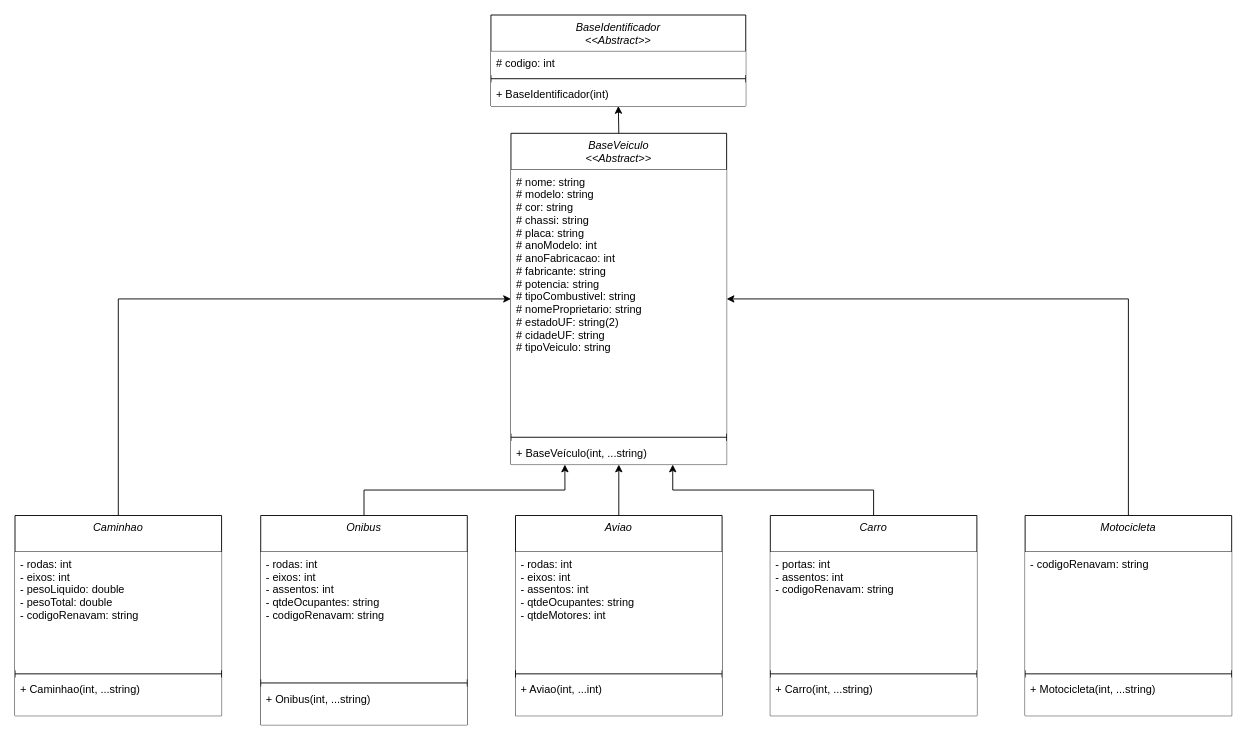
Above: ATIVIDADE05.drawio in LipeCoelho21/atividade-05 (draw.io), before the change. Source tidied: cells renumbered, new cells numbered last; positions are measured from the earlier drawing's top-left corner, leaving out a move shared by most shapes. Both pictures are drawn from the tidied source at 91%, with x=0, y=0 at pixel (15, 15).
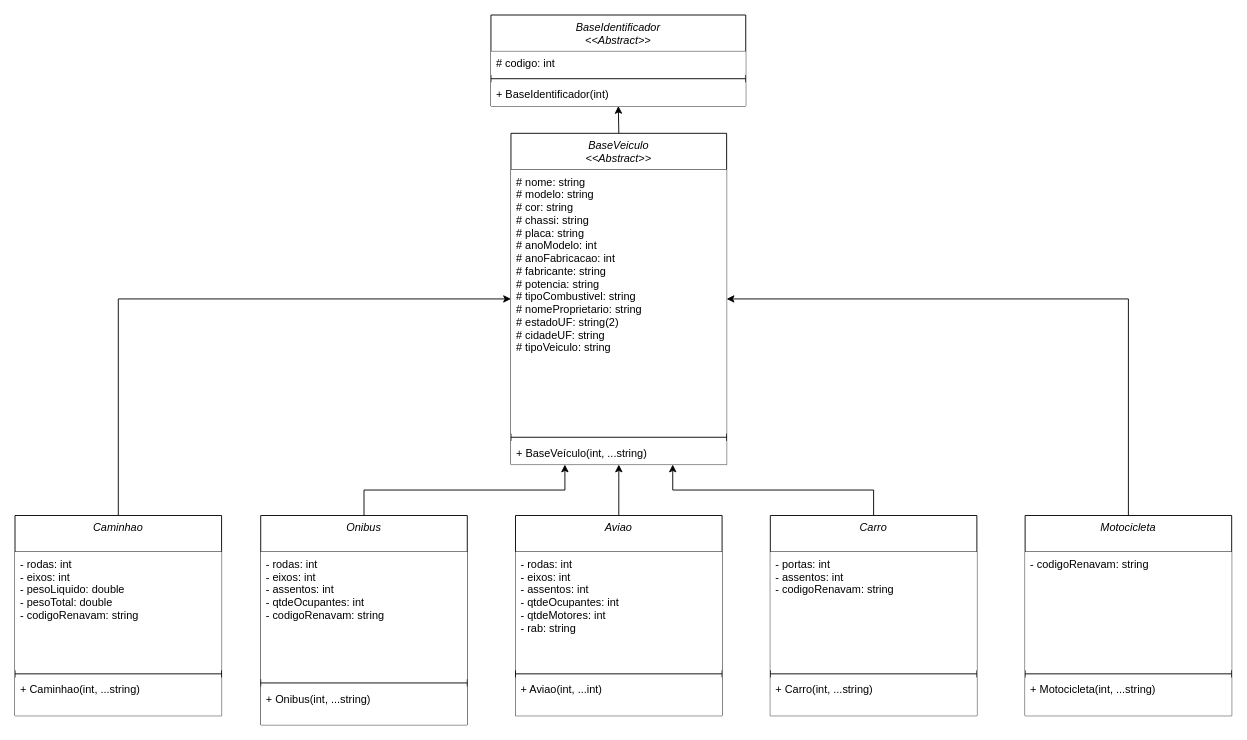
After the change.

Unchanged cells that the change refers to:
```xml
<mxCell id="22" value="Onibus" style="swimlane;fontStyle=2;align=center;verticalAlign=top;horizontal=1;startSize=40;rounded=0;shadow=0;strokeWidth=1;" parent="1" vertex="1">
  <mxGeometry x="270" y="550" width="227" height="230" as="geometry" />
</mxCell>
<mxCell id="32" value="Aviao&#10;" style="swimlane;fontStyle=2;align=center;verticalAlign=top;horizontal=1;startSize=40;rounded=0;shadow=0;strokeWidth=1;" parent="1" vertex="1">
  <mxGeometry x="550" y="550" width="227" height="220" as="geometry" />
</mxCell>
```

Change to the diagram source:
```diff
@@
-    <mxCell id="23" value="- rodas: int&#10;- eixos: int&#10;- assentos: int&#10;- qtdeOcupantes: string&#10;- codigoRenavam: string&#10;" style="text;align=left;verticalAlign=top;spacingLeft=4;spacingRight=4;overflow=hidden;fillColor=default;" parent="22" vertex="1">
+    <mxCell id="23" value="- rodas: int&#10;- eixos: int&#10;- assentos: int&#10;- qtdeOcupantes: int&#10;- codigoRenavam: string&#10;" style="text;align=left;verticalAlign=top;spacingLeft=4;spacingRight=4;overflow=hidden;fillColor=default;" parent="22" vertex="1">
       <mxGeometry y="40" width="227" height="140" as="geometry" />
     </mxCell>
@@
-    <mxCell id="33" value="- rodas: int&#10;- eixos: int&#10;- assentos: int&#10;- qtdeOcupantes: string&#10;- qtdeMotores: int" style="text;align=left;verticalAlign=top;spacingLeft=4;spacingRight=4;overflow=hidden;fillColor=default;" parent="32" vertex="1">
+    <mxCell id="33" value="- rodas: int&#10;- eixos: int&#10;- assentos: int&#10;- qtdeOcupantes: int&#10;- qtdeMotores: int&#10;- rab: string&#10;" style="text;align=left;verticalAlign=top;spacingLeft=4;spacingRight=4;overflow=hidden;fillColor=default;" parent="32" vertex="1">
       <mxGeometry y="40" width="227" height="130" as="geometry" />
     </mxCell>
```
